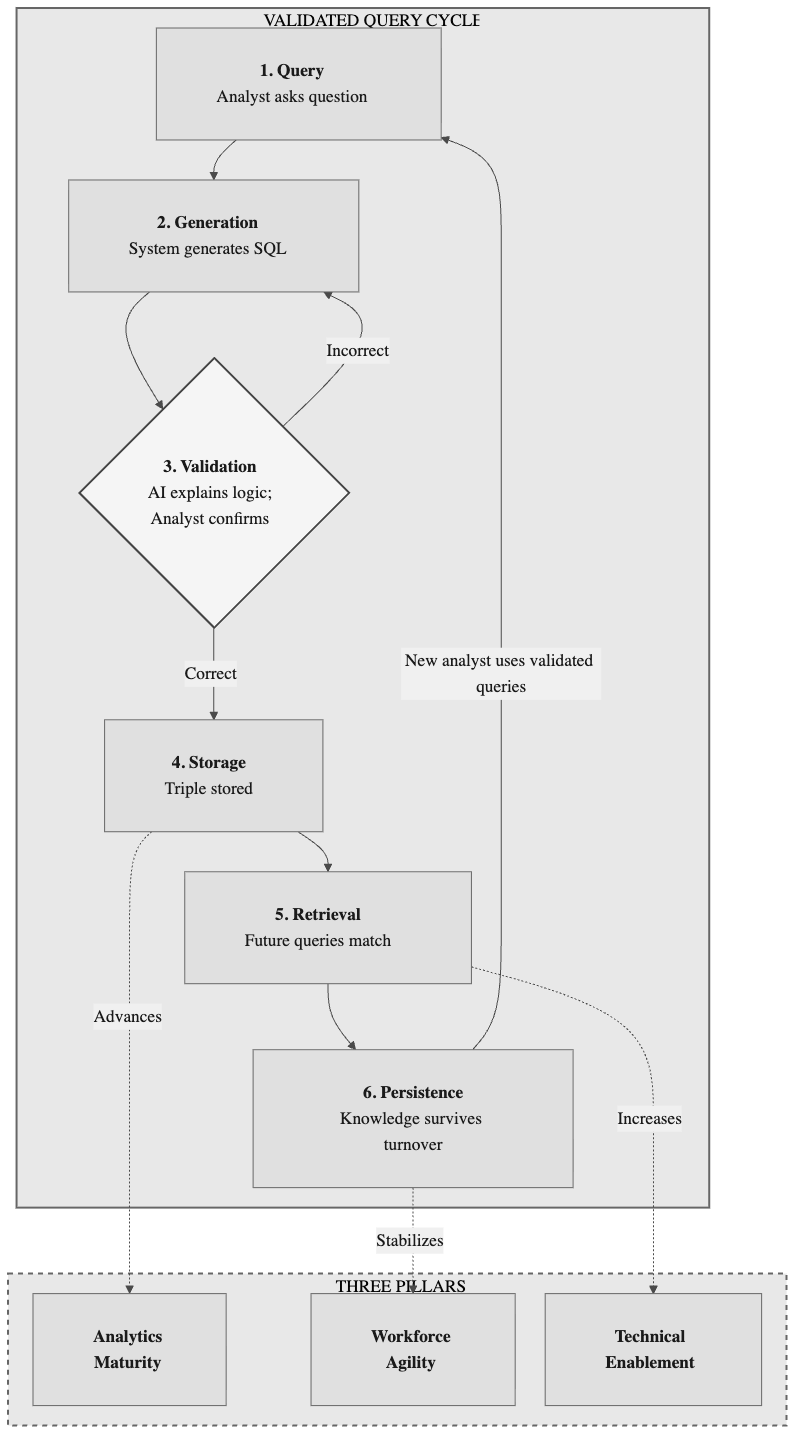
The Mermaid diagram figures/knowledge-cycle.mmd.png in stharrold/yuimedi-paper-20250901, before a commit. Its source is kept beside it as figures/knowledge-cycle.mmd. Its diagram source:
```mermaid
%%{init: {'theme': 'base', 'flowchart': {'useMaxWidth': false, 'markdownAutoWrap': false, 'nodeSpacing': 30, 'rankSpacing': 40, 'padding': 30}, 'themeVariables': { 'primaryColor': '#e0e0e0', 'primaryTextColor': '#1a1a1a', 'primaryBorderColor': '#666', 'lineColor': '#4a4a4a', 'secondaryColor': '#f0f0f0', 'tertiaryColor': '#fafafa', 'fontFamily': 'Arial, sans-serif', 'fontSize': '13pt'}}}%%
flowchart TB

    subgraph CYCLE["&nbsp; &nbsp; VALIDATED QUERY CYCLE &nbsp; &nbsp;"]
        Q["<b>1. Query</b><br/>Analyst asks question"]
        G["<b>2. Generation</b><br/>System generates SQL"]
        V{"<b>3. Validation</b><br/>AI explains logic;<br/>Analyst confirms"}
        S["<b>4. Storage</b><br/>Triple stored"]
        R["<b>5. Retrieval</b><br/>Future queries match"]
        P["<b>6. Persistence</b><br/>Knowledge survives turnover"]
    end

    subgraph PILLARS["&nbsp; &nbsp; THREE PILLARS &nbsp; &nbsp;"]
        direction LR
        M["<b>Analytics<br/>Maturity</b>"]
        T["<b>Workforce<br/>Agility</b>"]
        B["<b>Technical<br/>Enablement</b>"]
    end

    Q --> G --> V
    V -->|"Correct"| S --> R --> P
    V -->|"Incorrect"| G
    P -->|"New analyst uses validated queries"| Q

    S -.->|"Advances"| M
    P -.->|"Stabilizes"| T
    R -.->|"Increases"| B

    classDef group fill:#e8e8e8,stroke:#666,stroke-width:2px
    classDef dashedGroup fill:#e8e8e8,stroke:#666,stroke-width:2px,stroke-dasharray:5 5
    classDef decision fill:#f5f5f5,stroke:#444,stroke-width:2px
    class CYCLE group
    class PILLARS dashedGroup
    class V decision
```
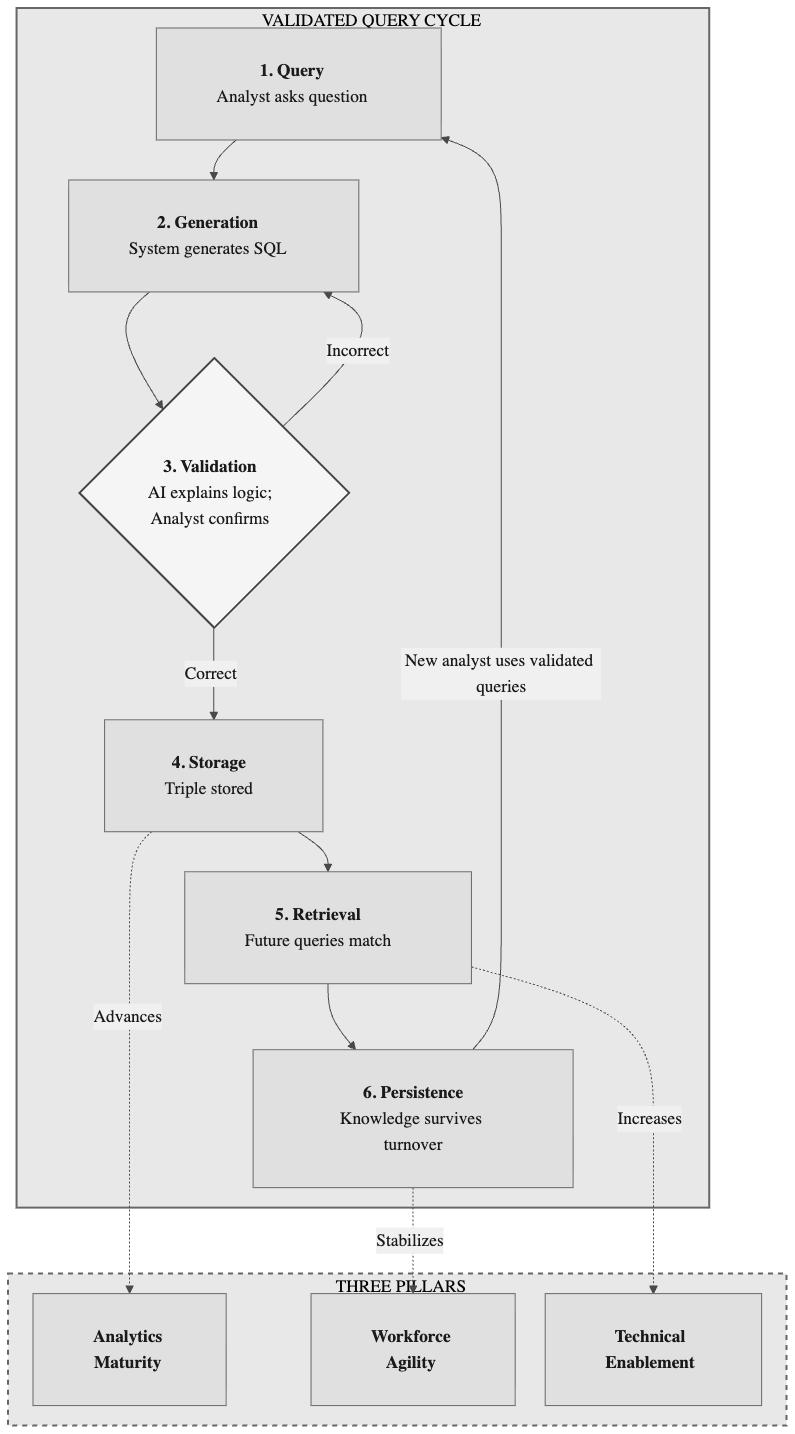
The same diagram one commit later.

Commit message:
fix(paper): add extra nbsp padding to VALIDATED QUERY CYCLE title

What changed in the source:
```diff
@@ -1,7 +1,7 @@
 %%{init: {'theme': 'base', 'flowchart': {'useMaxWidth': false, 'markdownAutoWrap': false, 'nodeSpacing': 30, 'rankSpacing': 40, 'padding': 30}, 'themeVariables': { 'primaryColor': '#e0e0e0', 'primaryTextColor': '#1a1a1a', 'primaryBorderColor': '#666', 'lineColor': '#4a4a4a', 'secondaryColor': '#f0f0f0', 'tertiaryColor': '#fafafa', 'fontFamily': 'Arial, sans-serif', 'fontSize': '13pt'}}}%%
 flowchart TB
 
-    subgraph CYCLE["&nbsp; &nbsp; VALIDATED QUERY CYCLE &nbsp; &nbsp;"]
+    subgraph CYCLE["&nbsp; &nbsp; &nbsp; VALIDATED QUERY CYCLE &nbsp; &nbsp; &nbsp;"]
         Q["<b>1. Query</b><br/>Analyst asks question"]
         G["<b>2. Generation</b><br/>System generates SQL"]
         V{"<b>3. Validation</b><br/>AI explains logic;<br/>Analyst confirms"}
```
